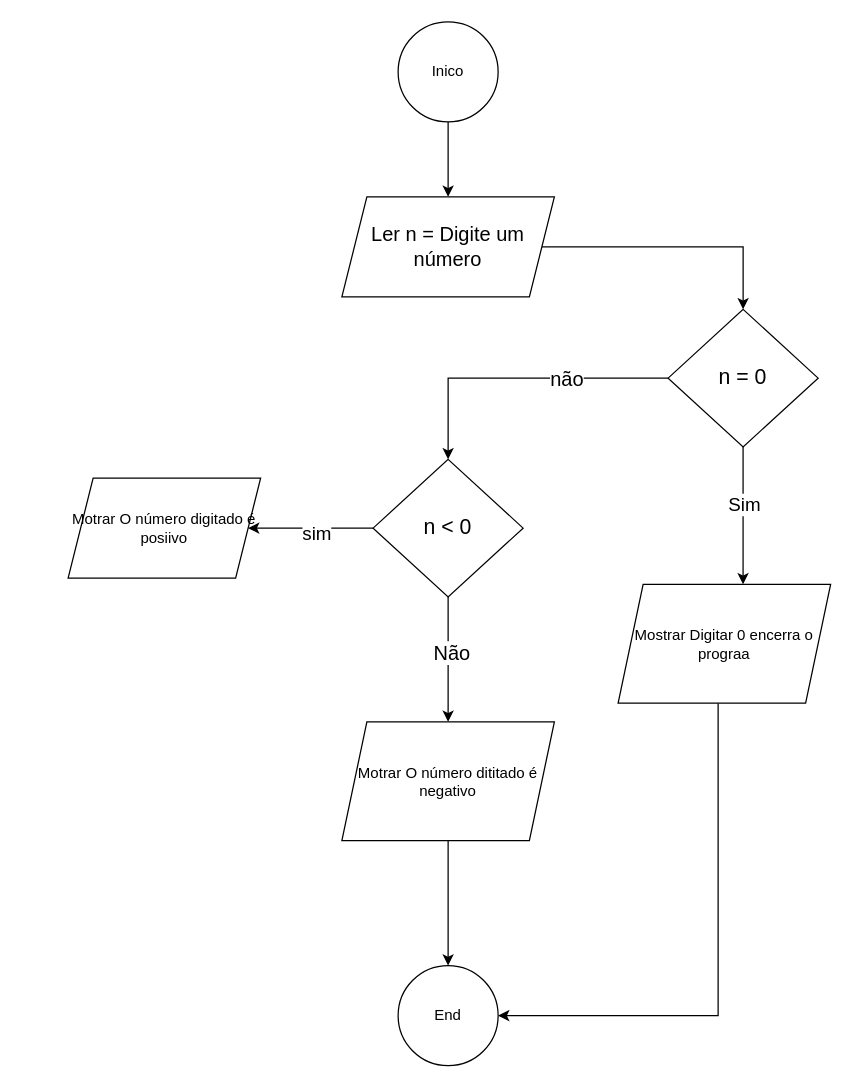
Before: Ex.Fluxogramas/Fluxograma007.drawio in arnaldodev2/TLP, a draw.io diagram. Source tidied: cells renumbered, new cells numbered last; positions are measured from the earlier drawing's top-left corner, leaving out a move shared by most shapes. Both pictures are drawn from the tidied source at 125%, with x=0, y=0 at pixel (68, 21).
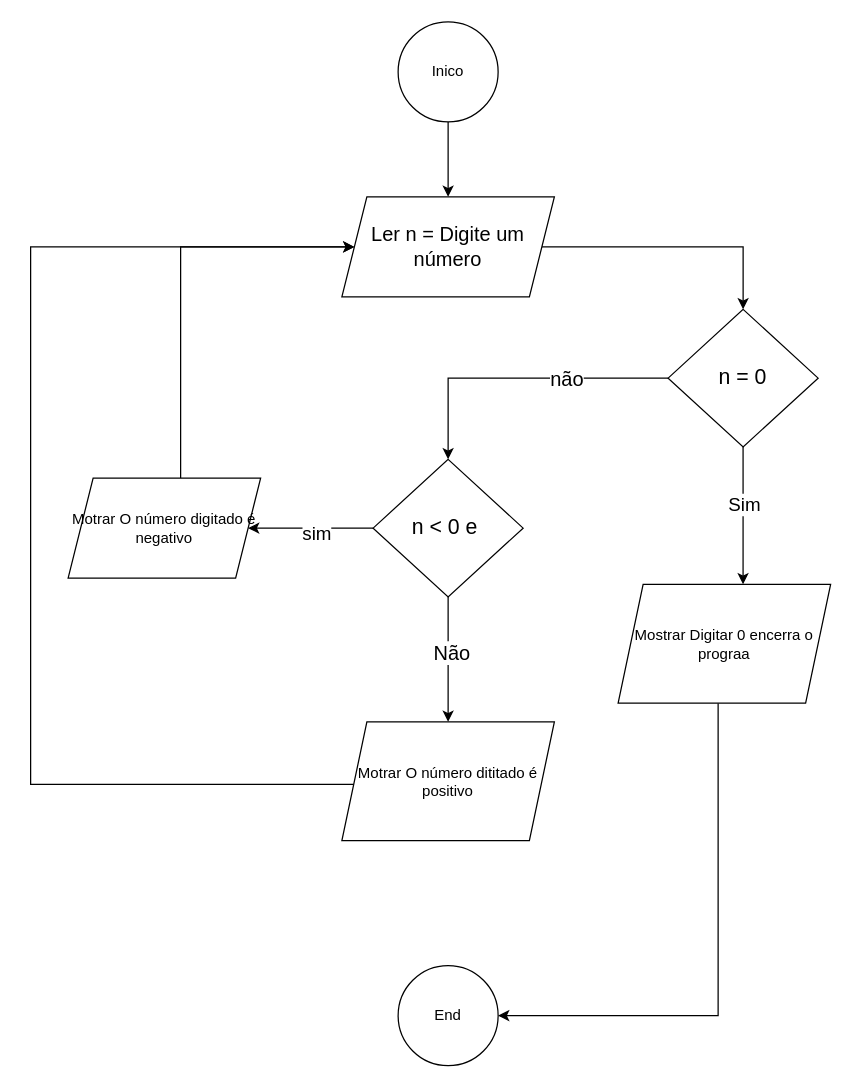
Above is the later version.

The change refers to these unchanged cells:
```xml
<mxCell id="5" value="&lt;font style=&quot;font-size: 16px;&quot;&gt;Ler n = Digite um número&lt;/font&gt;" style="shape=parallelogram;perimeter=parallelogramPerimeter;whiteSpace=wrap;html=1;shapeInside=1;fixedSize=1;" parent="1" vertex="1">
  <mxGeometry x="219" y="140" width="170" height="80" as="geometry" />
</mxCell>
<mxCell id="17" value="End" style="ellipse;whiteSpace=wrap;html=1;shapeInside=1;" parent="1" vertex="1">
  <mxGeometry x="264" y="755" width="80" height="80" as="geometry" />
</mxCell>
```

The edit, as a diff of the source:
```diff
@@
-    <mxCell id="10" value="&lt;font style=&quot;font-size: 17px;&quot;&gt;n &amp;lt; 0&lt;/font&gt;" style="rhombus;whiteSpace=wrap;html=1;shapeInside=1;" parent="1" vertex="1">
+    <mxCell id="10" value="&lt;font style=&quot;font-size: 17px;&quot;&gt;n &amp;lt; 0 e&amp;nbsp;&lt;/font&gt;" style="rhombus;whiteSpace=wrap;html=1;shapeInside=1;" parent="1" vertex="1">
       <mxGeometry x="244" y="350" width="120" height="110" as="geometry" />
     </mxCell>
-    <mxCell id="11" style="edgeStyle=orthogonalEdgeStyle;rounded=0;jettySize=auto;html=1;" parent="1" edge="1" source="12" target="17">
-      <mxGeometry relative="1" as="geometry" />
-    </mxCell>
+    <mxCell id="22" style="edgeStyle=orthogonalEdgeStyle;rounded=0;jettySize=auto;html=1;entryX=0;entryY=0.5;entryDx=0;entryDy=0;" parent="1" edge="1" source="12" target="5">
+      <mxGeometry relative="1" as="geometry">
+        <Array as="points">
+          <mxPoint x="-30" y="610" />
+          <mxPoint x="-30" y="180" />
+        </Array>
+      </mxGeometry>
+    </mxCell>
-    <mxCell id="12" value="Motrar O número dititado é negativo" style="shape=parallelogram;perimeter=parallelogramPerimeter;whiteSpace=wrap;html=1;shapeInside=1;fixedSize=1;" parent="1" vertex="1">
+    <mxCell id="12" value="Motrar O número dititado é positivo" style="shape=parallelogram;perimeter=parallelogramPerimeter;whiteSpace=wrap;html=1;shapeInside=1;fixedSize=1;" parent="1" vertex="1">
       <mxGeometry x="219" y="560" width="170" height="95" as="geometry" />
     </mxCell>
+    <mxCell id="23" style="edgeStyle=orthogonalEdgeStyle;rounded=0;jettySize=auto;html=1;entryX=0;entryY=0.5;entryDx=0;entryDy=0;" parent="1" edge="1" source="13" target="5">
+      <mxGeometry relative="1" as="geometry">
+        <Array as="points">
+          <mxPoint x="90" y="180" />
+        </Array>
+      </mxGeometry>
+    </mxCell>
-    <mxCell id="13" value="&lt;div style=&quot;&quot;&gt;Motrar O número digitado é posiivo&lt;/div&gt;" style="shape=parallelogram;perimeter=parallelogramPerimeter;whiteSpace=wrap;html=1;shapeInside=1;fixedSize=1;" parent="1" vertex="1">
+    <mxCell id="13" value="&lt;div style=&quot;&quot;&gt;Motrar O número digitado é negativo&lt;/div&gt;" style="shape=parallelogram;perimeter=parallelogramPerimeter;whiteSpace=wrap;html=1;shapeInside=1;fixedSize=1;" parent="1" vertex="1">
       <mxGeometry y="365" width="154" height="80" as="geometry" />
     </mxCell>
```
